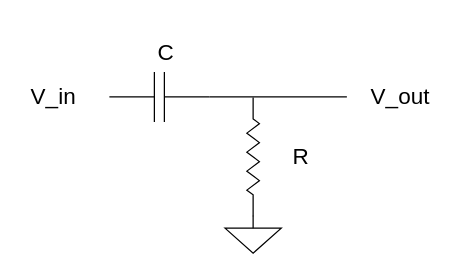
Earlier version of the draw.io diagram books/inter_21_03/signal/dia.drawio (kokoichi206/til). Source tidied: cells renumbered, new cells numbered last; positions are measured from the earlier drawing's top-left corner, leaving out a move shared by most shapes. Both pictures are drawn from the tidied source at 125%, with x=0, y=0 at pixel (21, 34).
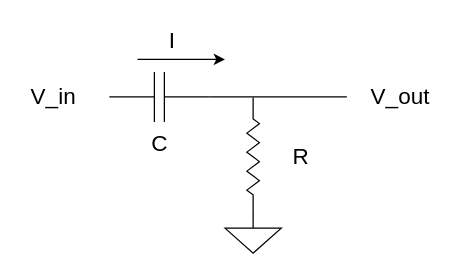
After the change.

Change to the diagram source:
```diff
@@
 <mxGraphModel>
   <root>
     <mxCell id="0" />
     <mxCell id="1" parent="0" />
     <mxCell id="2" value="V_in" style="text;html=1;align=center;verticalAlign=middle;strokeColor=none;fontSize=18;" parent="1" vertex="1">
       <mxGeometry y="35" width="50" height="30" as="geometry" />
     </mxCell>
     <mxCell id="3" value="V_out&amp;nbsp;" style="text;html=1;align=center;verticalAlign=middle;strokeColor=none;fontSize=18;" parent="1" vertex="1">
       <mxGeometry x="270" y="35" width="70" height="30" as="geometry" />
     </mxCell>
     <mxCell id="4" style="edgeStyle=orthogonalEdgeStyle;rounded=0;jettySize=auto;html=1;fontSize=18;endArrow=none;endFill=0;" parent="1" edge="1" source="5">
       <mxGeometry relative="1" as="geometry">
         <mxPoint x="260" y="50" as="targetPoint" />
       </mxGeometry>
     </mxCell>
     <mxCell id="5" style="verticalLabelPosition=bottom;shadow=0;dashed=0;align=center;html=1;verticalAlign=top;shape=mxgraph.electrical.capacitors.capacitor_1;fontSize=18;" parent="1" vertex="1">
       <mxGeometry x="70" y="30" width="80" height="40" as="geometry" />
     </mxCell>
     <mxCell id="6" style="verticalLabelPosition=bottom;shadow=0;dashed=0;align=center;html=1;verticalAlign=top;shape=mxgraph.electrical.resistors.resistor_2;fontSize=18;rotation=-90;" parent="1" vertex="1">
       <mxGeometry x="137.5" y="93" width="95" height="10" as="geometry" />
     </mxCell>
     <mxCell id="7" style="verticalLabelPosition=bottom;shadow=0;dashed=0;align=center;html=1;verticalAlign=top;shape=mxgraph.electrical.signal_sources.signal_ground;fontSize=18;" parent="1" vertex="1">
       <mxGeometry x="162.5" y="145" width="45" height="30" as="geometry" />
     </mxCell>
     <mxCell id="8" value="C" style="text;html=1;align=center;verticalAlign=middle;strokeColor=none;fontSize=18;" parent="1" vertex="1">
-      <mxGeometry x="100" width="30" height="30" as="geometry" />
+      <mxGeometry x="95" y="73" width="30" height="30" as="geometry" />
     </mxCell>
     <mxCell id="9" value="R" style="text;html=1;align=center;verticalAlign=middle;strokeColor=none;fontSize=18;" parent="1" vertex="1">
       <mxGeometry x="207.5" y="83" width="30" height="30" as="geometry" />
     </mxCell>
+    <mxCell id="10" style="endArrow=classic;html=1;fontSize=18;" parent="1" edge="1">
+      <mxGeometry relative="1" as="geometry">
+        <mxPoint x="92.5" y="20" as="sourcePoint" />
+        <mxPoint x="162.5" y="20" as="targetPoint" />
+      </mxGeometry>
+    </mxCell>
+    <mxCell id="11" value="I" style="text;html=1;align=center;verticalAlign=middle;strokeColor=none;fontSize=18;" parent="1" vertex="1">
+      <mxGeometry x="110" y="-10" width="20" height="30" as="geometry" />
+    </mxCell>
   </root>
 </mxGraphModel>
```
